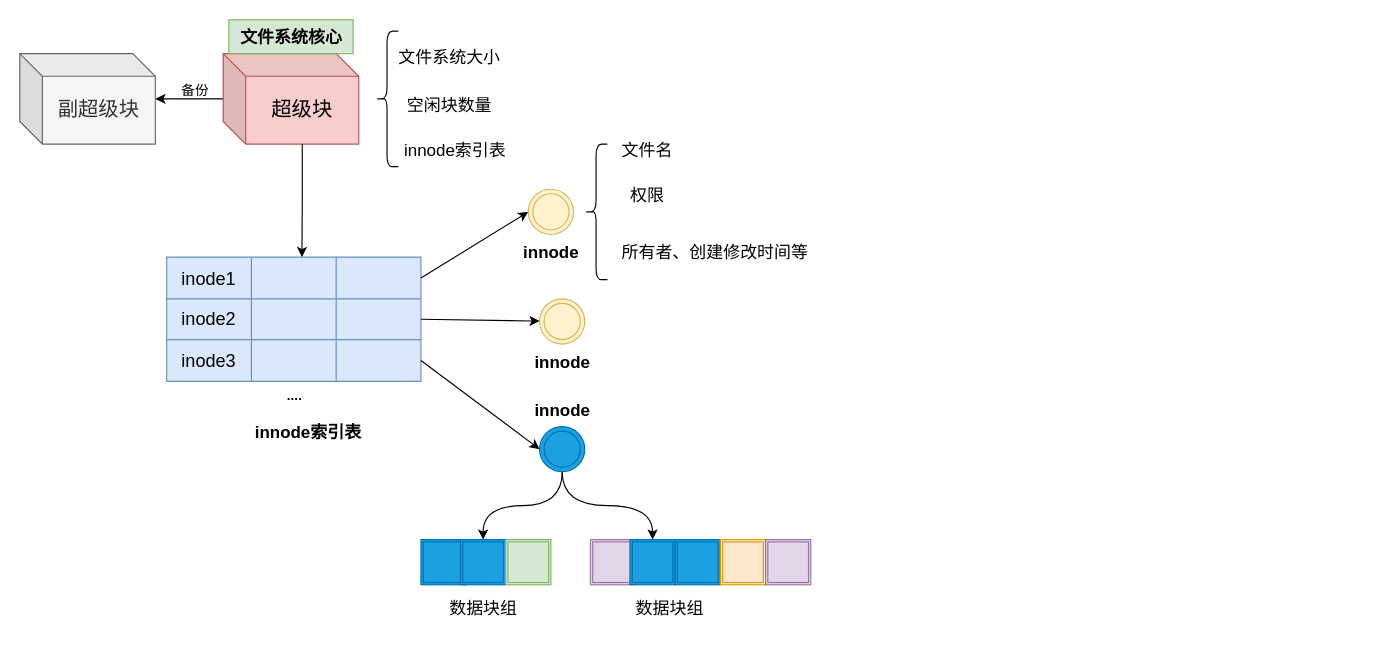
JMYok/wx_crossLearn keeps this draw.io diagram as images/ext4文件系统.drawio. Above is the earlier version. Source tidied: cells renumbered, new cells numbered last; positions are measured from the earlier drawing's top-left corner, leaving out a move shared by most shapes. Both pictures are drawn from the tidied source at 113%, with x=0, y=0 at pixel (19, 19).
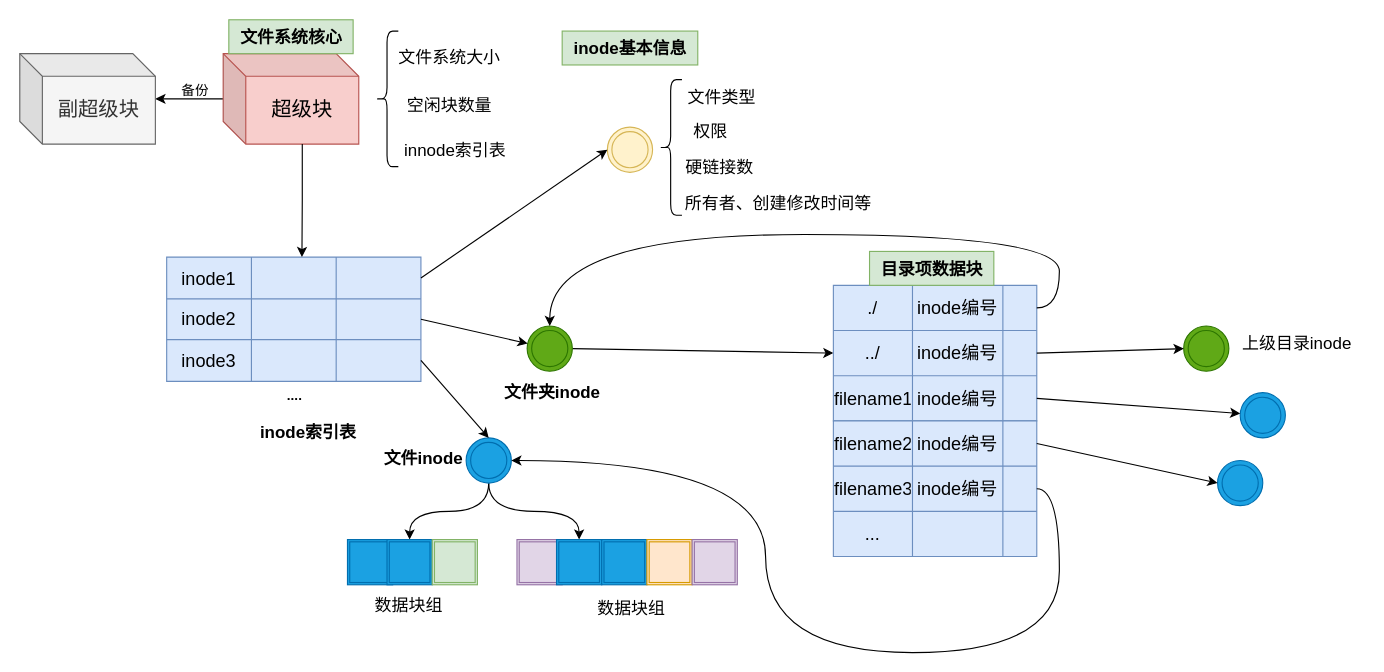
The same page after the edit.

Unchanged cells that the change refers to:
```xml
<mxCell id="22" style="shape=tableRow;horizontal=0;startSize=0;swimlaneHead=0;swimlaneBody=0;strokeColor=inherit;top=0;left=0;bottom=0;right=0;fillColor=none;points=[[0,0.5],[1,0.5]];portConstraint=eastwest;fontSize=16;" parent="13" vertex="1">
  <mxGeometry y="73" width="225" height="37" as="geometry" />
</mxCell>
```

What changed in the source:
```diff
@@
     <mxCell id="11" style="ellipse;shape=doubleEllipse;whiteSpace=wrap;html=1;fillColor=#fff2cc;strokeColor=#d6b656;" parent="1" vertex="1">
-      <mxGeometry x="450" y="150" width="40" height="40" as="geometry" />
+      <mxGeometry x="520" y="95" width="40" height="40" as="geometry" />
     </mxCell>
-    <mxCell id="12" value="&lt;b&gt;innode索引表&lt;/b&gt;" style="text;html=1;align=center;verticalAlign=middle;strokeColor=none;fillColor=none;fontSize=15;" parent="1" vertex="1">
-      <mxGeometry x="195" y="350" width="120" height="30" as="geometry" />
+    <mxCell id="12" value="&lt;b&gt;inode索引表&lt;/b&gt;" style="text;html=1;align=center;verticalAlign=middle;strokeColor=none;fillColor=none;fontSize=15;" parent="1" vertex="1">
+      <mxGeometry x="200" y="350" width="110" height="30" as="geometry" />
     </mxCell>
@@
+    <mxCell id="52" style="rounded=0;jettySize=auto;html=1;exitX=1;exitY=0.5;exitDx=0;exitDy=0;entryX=0;entryY=0.5;entryDx=0;entryDy=0;" parent="1" edge="1" source="29" target="60">
+      <mxGeometry relative="1" as="geometry" />
+    </mxCell>
-    <mxCell id="29" style="ellipse;shape=doubleEllipse;whiteSpace=wrap;html=1;fillColor=#fff2cc;strokeColor=#d6b656;" parent="1" vertex="1">
-      <mxGeometry x="460" y="247" width="40" height="40" as="geometry" />
+    <mxCell id="29" style="ellipse;shape=doubleEllipse;whiteSpace=wrap;html=1;fillColor=#60a917;strokeColor=#2D7600;fontColor=#ffffff;" parent="1" vertex="1">
+      <mxGeometry x="449" y="271" width="40" height="40" as="geometry" />
     </mxCell>
@@
     <mxCell id="32" style="ellipse;shape=doubleEllipse;whiteSpace=wrap;html=1;fillColor=#1ba1e2;strokeColor=#006EAF;fontColor=#ffffff;" parent="1" vertex="1">
-      <mxGeometry x="460" y="360" width="40" height="40" as="geometry" />
+      <mxGeometry x="395" y="370" width="40" height="40" as="geometry" />
     </mxCell>
@@
-    <mxCell id="34" style="rounded=0;jettySize=auto;html=1;exitX=1;exitY=0.5;exitDx=0;exitDy=0;entryX=0;entryY=0.5;entryDx=0;entryDy=0;" parent="1" edge="1" source="22" target="32">
+    <mxCell id="34" style="rounded=0;jettySize=auto;html=1;exitX=1;exitY=0.5;exitDx=0;exitDy=0;entryX=0.5;entryY=0;entryDx=0;entryDy=0;" parent="1" edge="1" source="22" target="32">
       <mxGeometry relative="1" as="geometry" />
     </mxCell>
-    <mxCell id="35" value="&lt;font style=&quot;font-size: 15px;&quot;&gt;&lt;b&gt;innode&lt;/b&gt;&lt;/font&gt;" style="text;html=1;align=center;verticalAlign=middle;strokeColor=none;fillColor=none;" parent="1" vertex="1">
-      <mxGeometry x="435" y="190" width="70" height="30" as="geometry" />
-    </mxCell>
-    <mxCell id="36" value="&lt;font style=&quot;font-size: 15px;&quot;&gt;&lt;b&gt;innode&lt;/b&gt;&lt;/font&gt;" style="text;html=1;align=center;verticalAlign=middle;strokeColor=none;fillColor=none;" parent="1" vertex="1">
-      <mxGeometry x="445" y="288" width="70" height="30" as="geometry" />
+    <mxCell id="36" value="&lt;font style=&quot;font-size: 15px;&quot;&gt;&lt;b&gt;文件夹inode&lt;/b&gt;&lt;/font&gt;" style="text;html=1;align=center;verticalAlign=middle;strokeColor=none;fillColor=none;" parent="1" vertex="1">
+      <mxGeometry x="416" y="314" width="110" height="30" as="geometry" />
     </mxCell>
-    <mxCell id="37" value="&lt;font style=&quot;font-size: 15px;&quot;&gt;&lt;b&gt;innode&lt;/b&gt;&lt;/font&gt;" style="text;html=1;align=center;verticalAlign=middle;strokeColor=none;fillColor=none;" parent="1" vertex="1">
-      <mxGeometry x="445" y="330" width="70" height="30" as="geometry" />
+    <mxCell id="37" value="&lt;font style=&quot;font-size: 15px;&quot;&gt;&lt;b&gt;文件inode&lt;/b&gt;&lt;/font&gt;" style="text;html=1;align=center;verticalAlign=middle;strokeColor=none;fillColor=none;" parent="1" vertex="1">
+      <mxGeometry x="312" y="373" width="90" height="30" as="geometry" />
     </mxCell>
     <mxCell id="38" style="shape=curlyBracket;whiteSpace=wrap;html=1;rounded=1;labelPosition=left;verticalLabelPosition=middle;align=right;verticalAlign=middle;" parent="1" vertex="1">
-      <mxGeometry x="500" y="110" width="20" height="120" as="geometry" />
+      <mxGeometry x="566" y="53" width="20" height="120" as="geometry" />
     </mxCell>
-    <mxCell id="39" value="文件名" style="text;html=1;align=center;verticalAlign=middle;strokeColor=none;fillColor=none;fontSize=15;" parent="1" vertex="1">
-      <mxGeometry x="520" y="100" width="70" height="30" as="geometry" />
-    </mxCell>
     <mxCell id="40" value="权限" style="text;html=1;align=center;verticalAlign=middle;strokeColor=none;fillColor=none;fontSize=15;" parent="1" vertex="1">
-      <mxGeometry x="530" y="140" width="50" height="30" as="geometry" />
+      <mxGeometry x="586" y="83" width="50" height="30" as="geometry" />
     </mxCell>
     <mxCell id="41" value="所有者、创建修改时间等" style="text;html=1;align=center;verticalAlign=middle;strokeColor=none;fillColor=none;fontSize=15;" parent="1" vertex="1">
-      <mxGeometry x="520" y="190" width="190" height="30" as="geometry" />
+      <mxGeometry x="576" y="147" width="190" height="30" as="geometry" />
     </mxCell>
     <mxCell id="42" style="shape=ext;double=1;whiteSpace=wrap;html=1;fillColor=#1ba1e2;strokeColor=#006EAF;fontColor=#ffffff;" parent="1" vertex="1">
-      <mxGeometry x="355" y="460" width="40" height="40" as="geometry" />
+      <mxGeometry x="290" y="460" width="40" height="40" as="geometry" />
     </mxCell>
     <mxCell id="43" style="shape=ext;double=1;whiteSpace=wrap;html=1;fillColor=#1ba1e2;strokeColor=#006EAF;fontColor=#ffffff;" parent="1" vertex="1">
-      <mxGeometry x="390" y="460" width="40" height="40" as="geometry" />
+      <mxGeometry x="325" y="460" width="40" height="40" as="geometry" />
     </mxCell>
     <mxCell id="44" style="shape=ext;double=1;whiteSpace=wrap;html=1;fillColor=#d5e8d4;strokeColor=#82b366;" parent="1" vertex="1">
-      <mxGeometry x="430" y="460" width="40" height="40" as="geometry" />
+      <mxGeometry x="365" y="460" width="40" height="40" as="geometry" />
     </mxCell>
     <mxCell id="45" style="shape=ext;double=1;whiteSpace=wrap;html=1;fillColor=#e1d5e7;strokeColor=#9673a6;" parent="1" vertex="1">
-      <mxGeometry x="505" y="460" width="40" height="40" as="geometry" />
+      <mxGeometry x="440" y="460" width="40" height="40" as="geometry" />
     </mxCell>
     <mxCell id="46" style="shape=ext;double=1;whiteSpace=wrap;html=1;fillColor=#1ba1e2;fontColor=#ffffff;strokeColor=#006EAF;" parent="1" vertex="1">
-      <mxGeometry x="540" y="460" width="40" height="40" as="geometry" />
+      <mxGeometry x="475" y="460" width="40" height="40" as="geometry" />
     </mxCell>
     <mxCell id="47" style="shape=ext;double=1;whiteSpace=wrap;html=1;fillColor=#1ba1e2;strokeColor=#006EAF;fontColor=#ffffff;" parent="1" vertex="1">
-      <mxGeometry x="580" y="460" width="40" height="40" as="geometry" />
+      <mxGeometry x="515" y="460" width="40" height="40" as="geometry" />
     </mxCell>
     <mxCell id="48" value="数据块组" style="text;html=1;align=center;verticalAlign=middle;strokeColor=none;fillColor=none;fontSize=15;" parent="1" vertex="1">
-      <mxGeometry x="370" y="505" width="80" height="30" as="geometry" />
+      <mxGeometry x="304" y="503" width="80" height="30" as="geometry" />
     </mxCell>
     <mxCell id="49" value="数据块组" style="text;html=1;align=center;verticalAlign=middle;strokeColor=none;fillColor=none;fontSize=15;" parent="1" vertex="1">
-      <mxGeometry x="535" y="505" width="80" height="30" as="geometry" />
+      <mxGeometry x="501" y="505" width="80" height="30" as="geometry" />
     </mxCell>
     <mxCell id="50" style="shape=ext;double=1;whiteSpace=wrap;html=1;fillColor=#ffe6cc;strokeColor=#d79b00;" parent="1" vertex="1">
-      <mxGeometry x="620" y="460" width="40" height="40" as="geometry" />
+      <mxGeometry x="555" y="460" width="40" height="40" as="geometry" />
     </mxCell>
     <mxCell id="51" style="shape=ext;double=1;whiteSpace=wrap;html=1;fillColor=#e1d5e7;strokeColor=#9673a6;" parent="1" vertex="1">
-      <mxGeometry x="660" y="460" width="40" height="40" as="geometry" />
+      <mxGeometry x="595" y="460" width="40" height="40" as="geometry" />
     </mxCell>
+    <mxCell id="53" value="文件类型" style="text;html=1;align=center;verticalAlign=middle;strokeColor=none;fillColor=none;fontSize=15;" parent="1" vertex="1">
+      <mxGeometry x="581" y="53" width="80" height="30" as="geometry" />
+    </mxCell>
+    <mxCell id="54" value="硬链接数" style="text;html=1;align=center;verticalAlign=middle;strokeColor=none;fillColor=none;fontSize=15;" parent="1" vertex="1">
+      <mxGeometry x="579" y="115" width="80" height="30" as="geometry" />
+    </mxCell>
+    <mxCell id="55" style="shape=table;startSize=0;childLayout=tableLayout;fontSize=16;fillColor=#dae8fc;strokeColor=#6c8ebf;" parent="1" vertex="1">
+      <mxGeometry x="720" y="235" width="180" height="120" as="geometry" />
+    </mxCell>
+    <mxCell id="56" style="shape=tableRow;horizontal=0;startSize=0;swimlaneHead=0;swimlaneBody=0;strokeColor=inherit;top=0;left=0;bottom=0;right=0;fillColor=none;points=[[0,0.5],[1,0.5]];portConstraint=eastwest;fontSize=16;" parent="55" vertex="1">
+      <mxGeometry width="180" height="40" as="geometry" />
+    </mxCell>
+    <mxCell id="57" value="./" style="shape=partialRectangle;html=1;whiteSpace=wrap;strokeColor=inherit;overflow=hidden;fillColor=none;top=0;left=0;bottom=0;right=0;fontSize=16;" parent="56" vertex="1">
+      <mxGeometry width="70" height="40" as="geometry" />
+    </mxCell>
+    <mxCell id="58" value="inode编号" style="shape=partialRectangle;html=1;whiteSpace=wrap;strokeColor=inherit;overflow=hidden;fillColor=none;top=0;left=0;bottom=0;right=0;fontSize=16;" parent="56" vertex="1">
+      <mxGeometry x="70" width="80" height="40" as="geometry" />
+    </mxCell>
+    <mxCell id="59" style="shape=partialRectangle;html=1;whiteSpace=wrap;strokeColor=inherit;overflow=hidden;fillColor=none;top=0;left=0;bottom=0;right=0;fontSize=16;" parent="56" vertex="1">
+      <mxGeometry x="150" width="30" height="40" as="geometry" />
+    </mxCell>
+    <mxCell id="60" style="shape=tableRow;horizontal=0;startSize=0;swimlaneHead=0;swimlaneBody=0;strokeColor=inherit;top=0;left=0;bottom=0;right=0;fillColor=none;points=[[0,0.5],[1,0.5]];portConstraint=eastwest;fontSize=16;" parent="55" vertex="1">
+      <mxGeometry y="40" width="180" height="40" as="geometry" />
+    </mxCell>
+    <mxCell id="61" value="../" style="shape=partialRectangle;html=1;whiteSpace=wrap;strokeColor=inherit;overflow=hidden;fillColor=none;top=0;left=0;bottom=0;right=0;fontSize=16;" parent="60" vertex="1">
+      <mxGeometry width="70" height="40" as="geometry" />
+    </mxCell>
+    <mxCell id="62" value="inode编号" style="shape=partialRectangle;html=1;whiteSpace=wrap;strokeColor=inherit;overflow=hidden;fillColor=none;top=0;left=0;bottom=0;right=0;fontSize=16;" parent="60" vertex="1">
+      <mxGeometry x="70" width="80" height="40" as="geometry" />
+    </mxCell>
+    <mxCell id="63" style="shape=partialRectangle;html=1;whiteSpace=wrap;strokeColor=inherit;overflow=hidden;fillColor=none;top=0;left=0;bottom=0;right=0;fontSize=16;" parent="60" vertex="1">
+      <mxGeometry x="150" width="30" height="40" as="geometry" />
+    </mxCell>
+    <mxCell id="64" style="shape=tableRow;horizontal=0;startSize=0;swimlaneHead=0;swimlaneBody=0;strokeColor=inherit;top=0;left=0;bottom=0;right=0;fillColor=none;points=[[0,0.5],[1,0.5]];portConstraint=eastwest;fontSize=16;" parent="55" vertex="1">
+      <mxGeometry y="80" width="180" height="40" as="geometry" />
+    </mxCell>
+    <mxCell id="65" value="filename1" style="shape=partialRectangle;html=1;whiteSpace=wrap;strokeColor=inherit;overflow=hidden;fillColor=none;top=0;left=0;bottom=0;right=0;fontSize=16;" parent="64" vertex="1">
+      <mxGeometry width="70" height="40" as="geometry" />
+    </mxCell>
+    <mxCell id="66" value="inode编号" style="shape=partialRectangle;html=1;whiteSpace=wrap;strokeColor=inherit;overflow=hidden;fillColor=none;top=0;left=0;bottom=0;right=0;fontSize=16;" parent="64" vertex="1">
+      <mxGeometry x="70" width="80" height="40" as="geometry" />
+    </mxCell>
+    <mxCell id="67" style="shape=partialRectangle;html=1;whiteSpace=wrap;strokeColor=inherit;overflow=hidden;fillColor=none;top=0;left=0;bottom=0;right=0;fontSize=16;" parent="64" vertex="1">
+      <mxGeometry x="150" width="30" height="40" as="geometry" />
+    </mxCell>
+    <mxCell id="68" style="shape=table;startSize=0;childLayout=tableLayout;fontSize=16;fillColor=#dae8fc;strokeColor=#6c8ebf;" parent="1" vertex="1">
+      <mxGeometry x="720" y="355" width="180" height="120" as="geometry" />
+    </mxCell>
+    <mxCell id="69" style="shape=tableRow;horizontal=0;startSize=0;swimlaneHead=0;swimlaneBody=0;strokeColor=inherit;top=0;left=0;bottom=0;right=0;fillColor=none;points=[[0,0.5],[1,0.5]];portConstraint=eastwest;fontSize=16;" parent="68" vertex="1">
+      <mxGeometry width="180" height="40" as="geometry" />
+    </mxCell>
+    <mxCell id="70" value="filename2" style="shape=partialRectangle;html=1;whiteSpace=wrap;strokeColor=inherit;overflow=hidden;fillColor=none;top=0;left=0;bottom=0;right=0;fontSize=16;" parent="69" vertex="1">
+      <mxGeometry width="70" height="40" as="geometry" />
+    </mxCell>
+    <mxCell id="71" value="inode编号" style="shape=partialRectangle;html=1;whiteSpace=wrap;strokeColor=inherit;overflow=hidden;fillColor=none;top=0;left=0;bottom=0;right=0;fontSize=16;" parent="69" vertex="1">
+      <mxGeometry x="70" width="80" height="40" as="geometry" />
+    </mxCell>
+    <mxCell id="72" style="shape=partialRectangle;html=1;whiteSpace=wrap;strokeColor=inherit;overflow=hidden;fillColor=none;top=0;left=0;bottom=0;right=0;fontSize=16;" parent="69" vertex="1">
+      <mxGeometry x="150" width="30" height="40" as="geometry" />
+    </mxCell>
+    <mxCell id="73" style="shape=tableRow;horizontal=0;startSize=0;swimlaneHead=0;swimlaneBody=0;strokeColor=inherit;top=0;left=0;bottom=0;right=0;fillColor=none;points=[[0,0.5],[1,0.5]];portConstraint=eastwest;fontSize=16;" parent="68" vertex="1">
+      <mxGeometry y="40" width="180" height="40" as="geometry" />
+    </mxCell>
+    <mxCell id="74" value="filename3" style="shape=partialRectangle;html=1;whiteSpace=wrap;strokeColor=inherit;overflow=hidden;fillColor=none;top=0;left=0;bottom=0;right=0;fontSize=16;" parent="73" vertex="1">
+      <mxGeometry width="70" height="40" as="geometry" />
+    </mxCell>
+    <mxCell id="75" value="inode编号" style="shape=partialRectangle;html=1;whiteSpace=wrap;strokeColor=inherit;overflow=hidden;fillColor=none;top=0;left=0;bottom=0;right=0;fontSize=16;" parent="73" vertex="1">
+      <mxGeometry x="70" width="80" height="40" as="geometry" />
+    </mxCell>
+    <mxCell id="76" style="shape=partialRectangle;html=1;whiteSpace=wrap;strokeColor=inherit;overflow=hidden;fillColor=none;top=0;left=0;bottom=0;right=0;fontSize=16;" parent="73" vertex="1">
+      <mxGeometry x="150" width="30" height="40" as="geometry" />
+    </mxCell>
+    <mxCell id="77" style="shape=tableRow;horizontal=0;startSize=0;swimlaneHead=0;swimlaneBody=0;strokeColor=inherit;top=0;left=0;bottom=0;right=0;fillColor=none;fontSize=16;" parent="68" vertex="1">
+      <mxGeometry y="80" width="180" height="40" as="geometry" />
+    </mxCell>
+    <mxCell id="78" value="..." style="shape=partialRectangle;html=1;whiteSpace=wrap;strokeColor=inherit;overflow=hidden;fillColor=none;top=0;left=0;bottom=0;right=0;fontSize=16;" parent="77" vertex="1">
+      <mxGeometry width="70" height="40" as="geometry" />
+    </mxCell>
+    <mxCell id="79" style="shape=partialRectangle;html=1;whiteSpace=wrap;strokeColor=inherit;overflow=hidden;fillColor=none;top=0;left=0;bottom=0;right=0;fontSize=16;" parent="77" vertex="1">
+      <mxGeometry x="70" width="80" height="40" as="geometry" />
+    </mxCell>
+    <mxCell id="80" style="shape=partialRectangle;html=1;whiteSpace=wrap;strokeColor=inherit;overflow=hidden;fillColor=none;top=0;left=0;bottom=0;right=0;fontSize=16;" parent="77" vertex="1">
+      <mxGeometry x="150" width="30" height="40" as="geometry" />
+    </mxCell>
+    <mxCell id="81" style="ellipse;shape=doubleEllipse;whiteSpace=wrap;html=1;fillColor=#60a917;strokeColor=#2D7600;fontColor=#ffffff;" parent="1" vertex="1">
+      <mxGeometry x="1030" y="271" width="40" height="40" as="geometry" />
+    </mxCell>
+    <mxCell id="82" value="&lt;font style=&quot;font-size: 15px;&quot;&gt;上级目录inode&lt;/font&gt;" style="text;html=1;align=center;verticalAlign=middle;strokeColor=none;fillColor=none;" parent="1" vertex="1">
+      <mxGeometry x="1070" y="271" width="120" height="30" as="geometry" />
+    </mxCell>
+    <mxCell id="83" style="rounded=0;jettySize=auto;html=1;exitX=1;exitY=0.5;exitDx=0;exitDy=0;entryX=0;entryY=0.5;entryDx=0;entryDy=0;" parent="1" edge="1" source="60" target="81">
+      <mxGeometry relative="1" as="geometry" />
+    </mxCell>
+    <mxCell id="84" style="edgeStyle=orthogonalEdgeStyle;rounded=0;jettySize=auto;html=1;exitX=1;exitY=0.5;exitDx=0;exitDy=0;entryX=0.5;entryY=0;entryDx=0;entryDy=0;curved=1;" parent="1" edge="1" source="56" target="29">
+      <mxGeometry relative="1" as="geometry">
+        <Array as="points">
+          <mxPoint x="920" y="255" />
+          <mxPoint x="920" y="190" />
+          <mxPoint x="469" y="190" />
+        </Array>
+      </mxGeometry>
+    </mxCell>
+    <mxCell id="85" value="inode基本信息" style="text;html=1;align=center;verticalAlign=middle;strokeColor=#82b366;fillColor=#d5e8d4;fontSize=15;fontStyle=1;" parent="1" vertex="1">
+      <mxGeometry x="480" y="10" width="120" height="30" as="geometry" />
+    </mxCell>
+    <mxCell id="86" style="edgeStyle=orthogonalEdgeStyle;rounded=0;jettySize=auto;html=1;exitX=1;exitY=0.5;exitDx=0;exitDy=0;entryX=1;entryY=0.5;entryDx=0;entryDy=0;curved=1;" parent="1" edge="1" source="73" target="32">
+      <mxGeometry relative="1" as="geometry">
+        <Array as="points">
+          <mxPoint x="920" y="415" />
+          <mxPoint x="920" y="560" />
+          <mxPoint x="660" y="560" />
+          <mxPoint x="660" y="390" />
+        </Array>
+      </mxGeometry>
+    </mxCell>
+    <mxCell id="87" style="ellipse;shape=doubleEllipse;whiteSpace=wrap;html=1;fillColor=#1ba1e2;strokeColor=#006EAF;fontColor=#ffffff;" parent="1" vertex="1">
+      <mxGeometry x="1060" y="390" width="40" height="40" as="geometry" />
+    </mxCell>
+    <mxCell id="88" style="rounded=0;jettySize=auto;html=1;exitX=1;exitY=0.5;exitDx=0;exitDy=0;entryX=0;entryY=0.5;entryDx=0;entryDy=0;" parent="1" edge="1" source="69" target="87">
+      <mxGeometry relative="1" as="geometry" />
+    </mxCell>
+    <mxCell id="89" style="ellipse;shape=doubleEllipse;whiteSpace=wrap;html=1;fillColor=#1ba1e2;strokeColor=#006EAF;fontColor=#ffffff;" parent="1" vertex="1">
+      <mxGeometry x="1080" y="330" width="40" height="40" as="geometry" />
+    </mxCell>
+    <mxCell id="90" style="rounded=0;jettySize=auto;html=1;exitX=1;exitY=0.5;exitDx=0;exitDy=0;" parent="1" edge="1" source="64" target="89">
+      <mxGeometry relative="1" as="geometry" />
+    </mxCell>
+    <mxCell id="91" value="目录项数据块" style="text;html=1;align=center;verticalAlign=middle;strokeColor=#82b366;fillColor=#d5e8d4;fontSize=15;fontStyle=1;" parent="1" vertex="1">
+      <mxGeometry x="752" y="205" width="110" height="30" as="geometry" />
+    </mxCell>
```
